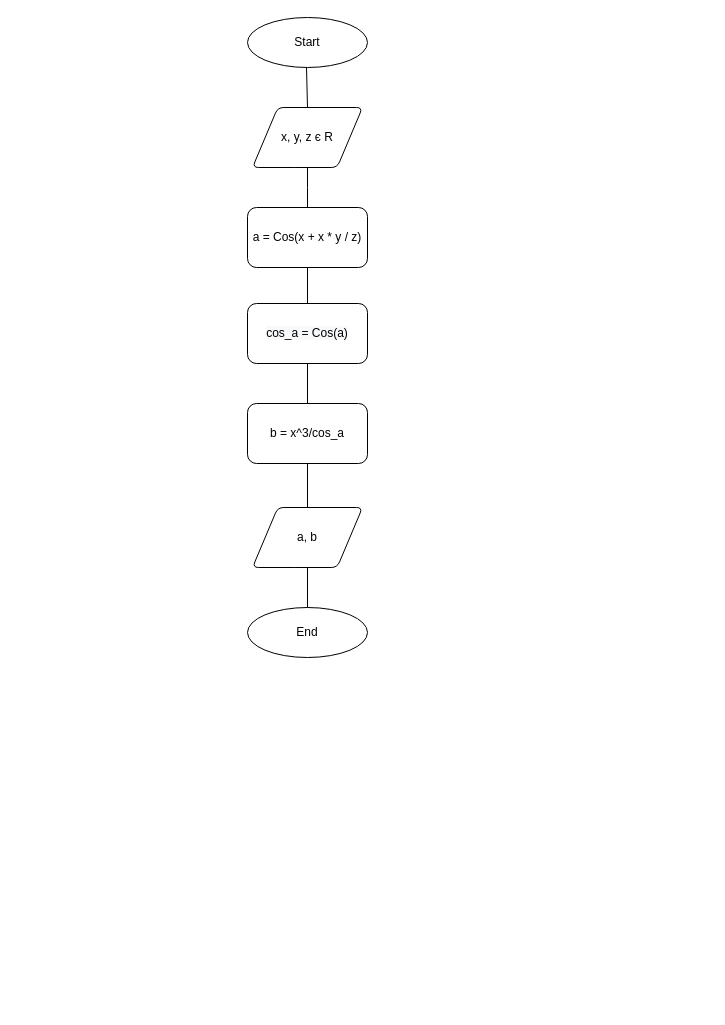
Earlier version of the draw.io diagram lab-1/Task_1/Diagram_1task.drawio (alevlon/ads-onasenko-kp12). Source tidied: cells renumbered, new cells numbered last; positions are measured from the earlier drawing's top-left corner, leaving out a move shared by most shapes. Both pictures are drawn from the tidied source at 100%, with x=0, y=0 at pixel (247, 17).
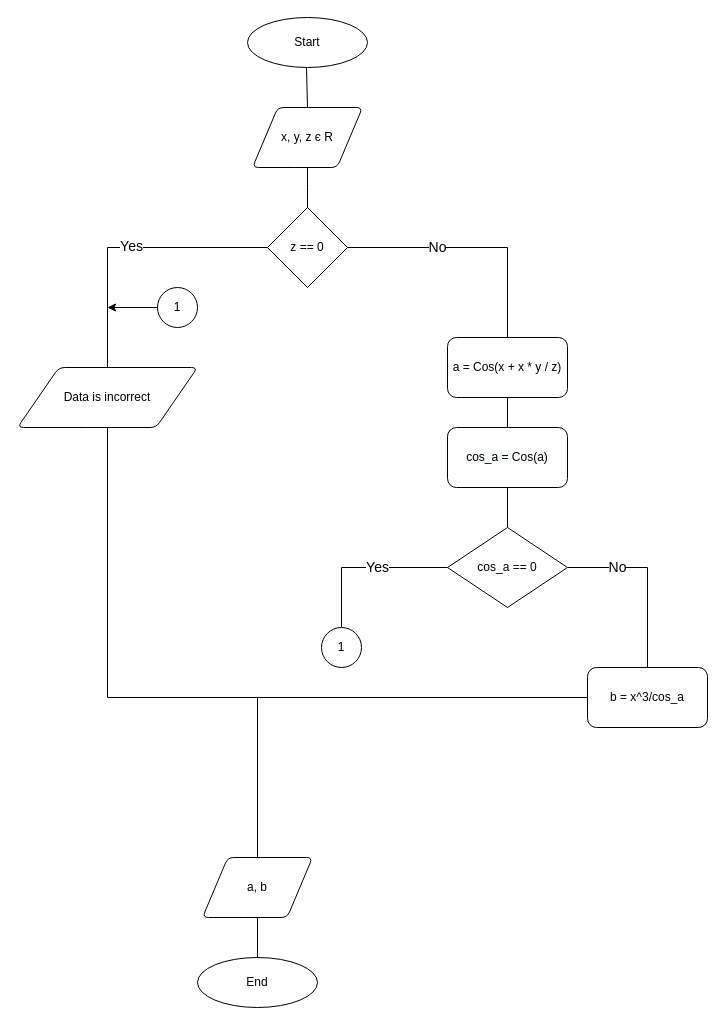
Above is the later version.

What changed in the source:
```diff
@@
     <mxCell id="7" value="a = Cos(x + x * y / z)" style="rounded=1;whiteSpace=wrap;html=1;strokeWidth=1;" parent="1" vertex="1">
-      <mxGeometry y="190" width="120" height="60" as="geometry" />
+      <mxGeometry x="200" y="320" width="120" height="60" as="geometry" />
     </mxCell>
-    <mxCell id="8" style="edgeStyle=orthogonalEdgeStyle;rounded=0;jettySize=auto;html=1;endArrow=none;endFill=0;" parent="1" edge="1" source="10" target="12">
-      <mxGeometry relative="1" as="geometry" />
-    </mxCell>
@@
     <mxCell id="10" value="b = x^3/cos_a" style="rounded=1;whiteSpace=wrap;html=1;strokeWidth=1;" parent="1" vertex="1">
-      <mxGeometry y="386" width="120" height="60" as="geometry" />
+      <mxGeometry x="340" y="650" width="120" height="60" as="geometry" />
     </mxCell>
     <mxCell id="11" value="End" style="ellipse;whiteSpace=wrap;html=1;" parent="1" vertex="1">
-      <mxGeometry y="590" width="120" height="50" as="geometry" />
+      <mxGeometry x="-50" y="940" width="120" height="50" as="geometry" />
     </mxCell>
+    <mxCell id="15" style="edgeStyle=orthogonalEdgeStyle;rounded=0;jettySize=auto;html=1;endArrow=none;endFill=0;" parent="1" edge="1" source="12" target="26">
+      <mxGeometry relative="1" as="geometry" />
+    </mxCell>
     <mxCell id="12" value="&#10;&#10;&lt;span style=&quot;color: rgb(0, 0, 0); font-family: helvetica; font-size: 12px; font-style: normal; font-weight: 400; letter-spacing: normal; text-align: center; text-indent: 0px; text-transform: none; word-spacing: 0px; background-color: rgb(248, 249, 250); display: inline; float: none;&quot;&gt;cos_a = Cos(a)&lt;/span&gt;&#10;&#10;" style="rounded=1;whiteSpace=wrap;html=1;" parent="1" vertex="1">
-      <mxGeometry y="286" width="120" height="60" as="geometry" />
+      <mxGeometry x="200" y="410" width="120" height="60" as="geometry" />
     </mxCell>
@@
     <mxCell id="14" value="a, b" style="shape=parallelogram;html=1;strokeWidth=1;perimeter=parallelogramPerimeter;whiteSpace=wrap;rounded=1;arcSize=12;size=0.23;" parent="1" vertex="1">
-      <mxGeometry x="5" y="490" width="110" height="60" as="geometry" />
+      <mxGeometry x="-45" y="840" width="110" height="60" as="geometry" />
     </mxCell>
+    <mxCell id="16" style="edgeStyle=orthogonalEdgeStyle;rounded=0;jettySize=auto;html=1;endArrow=none;endFill=0;" parent="1" edge="1" source="19" target="21">
+      <mxGeometry relative="1" as="geometry" />
+    </mxCell>
+    <mxCell id="17" value="&lt;font style=&quot;font-size: 14px&quot;&gt;Yes&lt;/font&gt;" style="edgeLabel;html=1;align=center;verticalAlign=middle;" parent="16" vertex="1">
+      <mxGeometry x="-0.02" y="-2" relative="1" as="geometry" />
+    </mxCell>
+    <mxCell id="18" value="&lt;font style=&quot;font-size: 14px&quot;&gt;No&lt;/font&gt;" style="edgeStyle=orthogonalEdgeStyle;rounded=0;jettySize=auto;html=1;endArrow=none;endFill=0;" parent="1" edge="1" source="19" target="7">
+      <mxGeometry x="-0.28" relative="1" as="geometry" />
+    </mxCell>
+    <mxCell id="19" value="z == 0" style="rhombus;whiteSpace=wrap;html=1;" parent="1" vertex="1">
+      <mxGeometry x="20" y="190" width="80" height="80" as="geometry" />
+    </mxCell>
+    <mxCell id="20" style="edgeStyle=orthogonalEdgeStyle;rounded=0;jettySize=auto;html=1;endArrow=none;endFill=0;" parent="1" edge="1" source="21">
+      <mxGeometry relative="1" as="geometry">
+        <mxPoint x="10" y="690" as="targetPoint" />
+        <Array as="points">
+          <mxPoint x="-140" y="680" />
+        </Array>
+      </mxGeometry>
+    </mxCell>
+    <mxCell id="21" value="Data is incorrect" style="shape=parallelogram;html=1;strokeWidth=1;perimeter=parallelogramPerimeter;whiteSpace=wrap;rounded=1;arcSize=12;size=0.23;" parent="1" vertex="1">
+      <mxGeometry x="-230" y="350" width="180" height="60" as="geometry" />
+    </mxCell>
+    <mxCell id="22" style="edgeStyle=orthogonalEdgeStyle;rounded=0;jettySize=auto;html=1;endArrow=classic;endFill=1;" parent="1" edge="1" source="23">
+      <mxGeometry relative="1" as="geometry">
+        <mxPoint x="-140" y="290" as="targetPoint" />
+      </mxGeometry>
+    </mxCell>
+    <mxCell id="23" value="1" style="ellipse;whiteSpace=wrap;html=1;" parent="1" vertex="1">
+      <mxGeometry x="-90" y="270" width="40" height="40" as="geometry" />
+    </mxCell>
+    <mxCell id="24" value="&lt;font style=&quot;font-size: 14px&quot;&gt;Yes&lt;/font&gt;" style="edgeStyle=orthogonalEdgeStyle;rounded=0;jettySize=auto;html=1;endArrow=none;endFill=0;" parent="1" edge="1" source="26" target="27">
+      <mxGeometry x="-0.16" relative="1" as="geometry" />
+    </mxCell>
+    <mxCell id="25" value="&lt;font style=&quot;font-size: 14px&quot;&gt;No&lt;/font&gt;" style="edgeStyle=orthogonalEdgeStyle;rounded=0;jettySize=auto;html=1;endArrow=none;endFill=0;" parent="1" edge="1" source="26" target="10">
+      <mxGeometry x="-0.44" relative="1" as="geometry" />
+    </mxCell>
+    <mxCell id="26" value="cos_a == 0" style="rhombus;whiteSpace=wrap;html=1;" parent="1" vertex="1">
+      <mxGeometry x="200" y="510" width="120" height="80" as="geometry" />
+    </mxCell>
+    <mxCell id="27" value="1" style="ellipse;whiteSpace=wrap;html=1;" parent="1" vertex="1">
+      <mxGeometry x="74" y="610" width="40" height="40" as="geometry" />
+    </mxCell>
```
